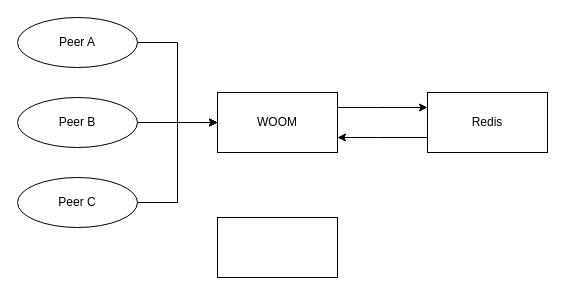
Above: webrtc.drawio in xdzqyyds/draw.io (draw.io), before the change. Source tidied: cells renumbered, new cells numbered last; positions are measured from the earlier drawing's top-left corner, leaving out a move shared by most shapes. Both pictures are drawn from the tidied source at 100%, with x=0, y=0 at pixel (17, 17).
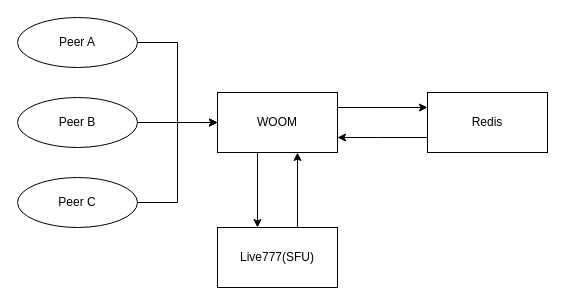
The same diagram, later.

Diff of the diagram source:
```diff
@@
-    <mxCell id="11" style="rounded=0;whiteSpace=wrap;html=1;" parent="1" vertex="1">
-      <mxGeometry x="200" y="200" width="120" height="60" as="geometry" />
+    <mxCell id="11" value="Live777(SFU)" style="rounded=0;whiteSpace=wrap;html=1;" parent="1" vertex="1">
+      <mxGeometry x="200" y="210" width="120" height="60" as="geometry" />
     </mxCell>
@@
+    <mxCell id="13" style="edgeStyle=orthogonalEdgeStyle;rounded=0;orthogonalLoop=1;jettySize=auto;html=1;entryX=0.25;entryY=0;entryDx=0;entryDy=0;" parent="1" edge="1">
+      <mxGeometry relative="1" as="geometry">
+        <mxPoint x="240" y="135" as="sourcePoint" />
+        <mxPoint x="240" y="210" as="targetPoint" />
+      </mxGeometry>
+    </mxCell>
+    <mxCell id="14" style="edgeStyle=orthogonalEdgeStyle;rounded=0;orthogonalLoop=1;jettySize=auto;html=1;entryX=0.25;entryY=0;entryDx=0;entryDy=0;" parent="1" edge="1">
+      <mxGeometry relative="1" as="geometry">
+        <mxPoint x="280" y="210" as="sourcePoint" />
+        <mxPoint x="280" y="135" as="targetPoint" />
+      </mxGeometry>
+    </mxCell>
```
